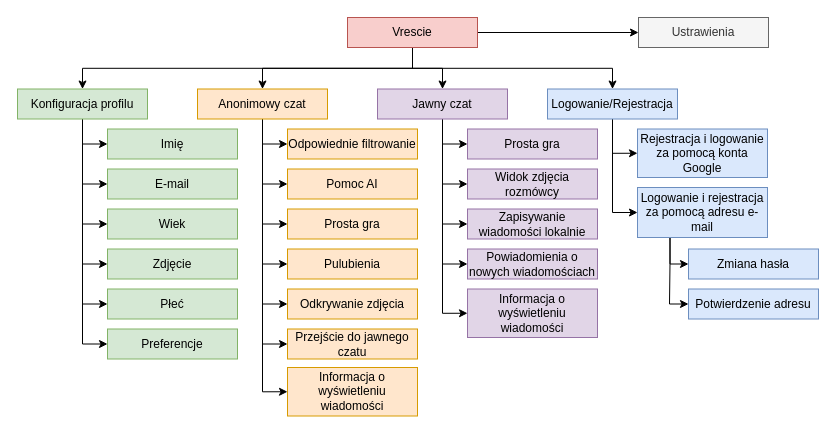
The draw.io diagram Diagrams/DHF Vrescie.drawio in AdrianWiewiora/Vrescie, before the edit. Source tidied: cells renumbered, new cells numbered last; positions are measured from the earlier drawing's top-left corner, leaving out a move shared by most shapes. Both pictures are drawn from the tidied source at 100%, with x=0, y=0 at pixel (17, 17).
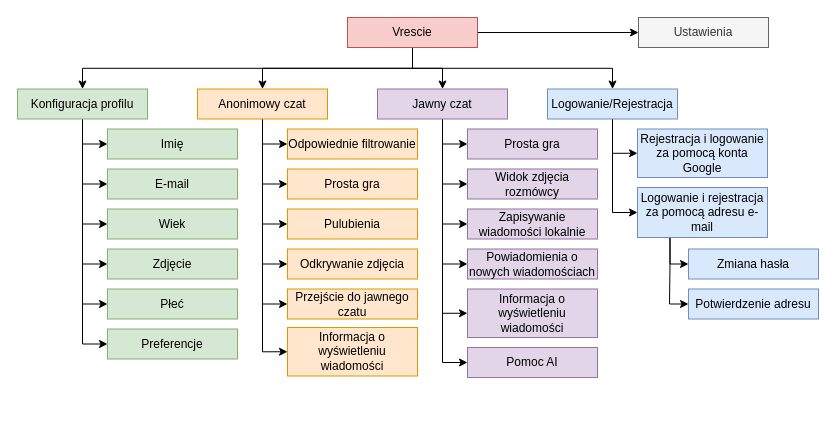
After the change.

The change refers to these unchanged cells:
```xml
<mxCell id="26" value="Anonimowy czat" style="rounded=0;whiteSpace=wrap;html=1;fillColor=#ffe6cc;strokeColor=#d79b00;" parent="1" vertex="1">
  <mxGeometry x="180" y="71.5" width="130" height="30" as="geometry" />
</mxCell>
<mxCell id="40" value="Jawny czat" style="rounded=0;whiteSpace=wrap;html=1;fillColor=#e1d5e7;strokeColor=#9673a6;" parent="1" vertex="1">
  <mxGeometry x="360" y="71.5" width="130" height="30" as="geometry" />
</mxCell>
```

What changed in the source:
```diff
@@
-    <mxCell id="20" style="edgeStyle=orthogonalEdgeStyle;rounded=0;jettySize=auto;html=1;exitX=0.5;exitY=1;exitDx=0;exitDy=0;entryX=0;entryY=0.5;entryDx=0;entryDy=0;" parent="1" edge="1" source="26" target="30">
-      <mxGeometry relative="1" as="geometry" />
-    </mxCell>
@@
     <mxCell id="29" value="Prosta gra" style="rounded=0;whiteSpace=wrap;html=1;fillColor=#ffe6cc;strokeColor=#d79b00;" parent="1" vertex="1">
-      <mxGeometry x="270" y="191.5" width="130" height="30" as="geometry" />
+      <mxGeometry x="270" y="151.5" width="130" height="30" as="geometry" />
     </mxCell>
-    <mxCell id="30" value="Pomoc AI" style="rounded=0;whiteSpace=wrap;html=1;fillColor=#ffe6cc;strokeColor=#d79b00;" parent="1" vertex="1">
-      <mxGeometry x="270" y="151.5" width="130" height="30" as="geometry" />
+    <mxCell id="30" value="Pomoc AI" style="rounded=0;whiteSpace=wrap;html=1;fillColor=#e1d5e7;strokeColor=#9673a6;" parent="1" vertex="1">
+      <mxGeometry x="450" y="330" width="130" height="30" as="geometry" />
     </mxCell>
@@
+    <mxCell id="57" style="edgeStyle=orthogonalEdgeStyle;rounded=0;jettySize=auto;html=1;exitX=0.5;exitY=1;exitDx=0;exitDy=0;entryX=0;entryY=0.5;entryDx=0;entryDy=0;" parent="1" edge="1" source="40" target="30">
+      <mxGeometry relative="1" as="geometry" />
+    </mxCell>
@@
     <mxCell id="47" value="Pulubienia" style="rounded=0;whiteSpace=wrap;html=1;fillColor=#ffe6cc;strokeColor=#d79b00;" parent="1" vertex="1">
-      <mxGeometry x="270" y="231.5" width="130" height="30" as="geometry" />
+      <mxGeometry x="270" y="191.5" width="130" height="30" as="geometry" />
     </mxCell>
     <mxCell id="48" value="Odkrywanie zdjęcia" style="rounded=0;whiteSpace=wrap;html=1;fillColor=#ffe6cc;strokeColor=#d79b00;" parent="1" vertex="1">
-      <mxGeometry x="270" y="271.5" width="130" height="30" as="geometry" />
+      <mxGeometry x="270" y="231.5" width="130" height="30" as="geometry" />
     </mxCell>
     <mxCell id="49" value="Przejście do jawnego czatu" style="rounded=0;whiteSpace=wrap;html=1;fillColor=#ffe6cc;strokeColor=#d79b00;" parent="1" vertex="1">
-      <mxGeometry x="270" y="311.5" width="130" height="30" as="geometry" />
+      <mxGeometry x="270" y="271.5" width="130" height="30" as="geometry" />
     </mxCell>
     <mxCell id="50" value="Informacja o wyświetleniu wiadomości" style="rounded=0;whiteSpace=wrap;html=1;fillColor=#ffe6cc;strokeColor=#d79b00;" parent="1" vertex="1">
-      <mxGeometry x="270" y="350" width="130" height="48.5" as="geometry" />
+      <mxGeometry x="270" y="310" width="130" height="48.5" as="geometry" />
     </mxCell>
@@
-    <mxCell id="56" value="Ustrawienia" style="rounded=0;whiteSpace=wrap;html=1;fillColor=#f5f5f5;strokeColor=#666666;fontColor=#333333;" parent="1" vertex="1">
+    <mxCell id="56" value="Ustawienia" style="rounded=0;whiteSpace=wrap;html=1;fillColor=#f5f5f5;strokeColor=#666666;fontColor=#333333;" parent="1" vertex="1">
       <mxGeometry x="621" width="130" height="30" as="geometry" />
     </mxCell>
```
